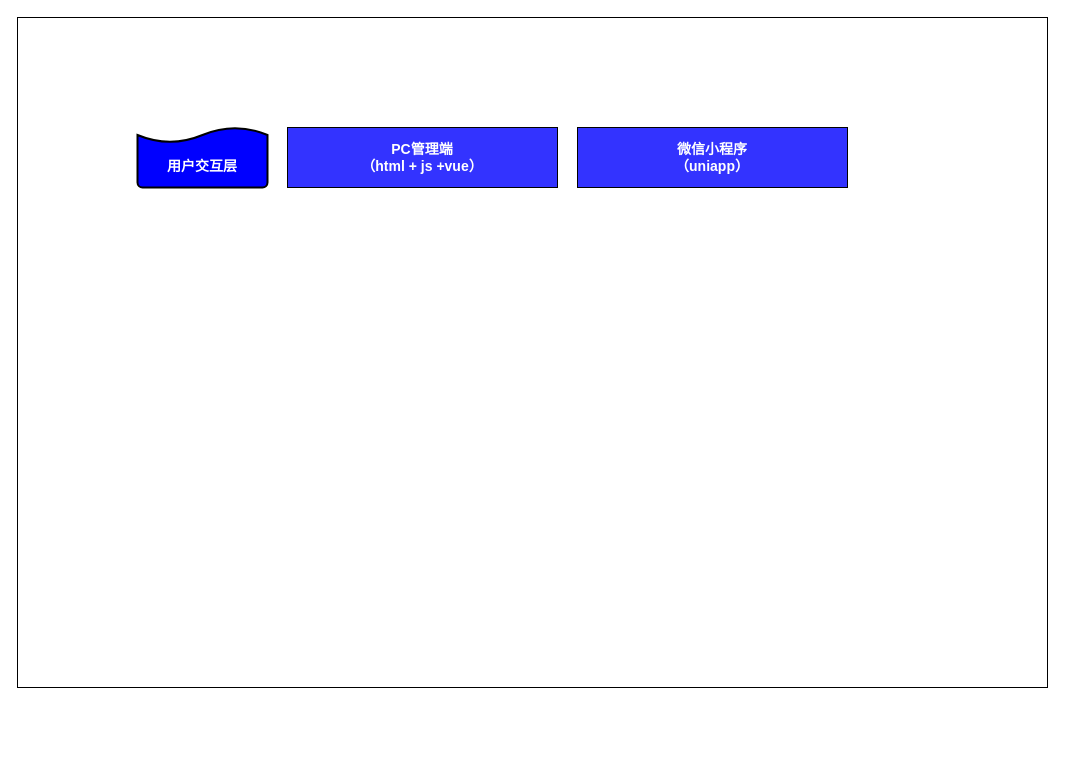
The draw.io diagram 未命名绘图.drawio in wuiiao/test, before the edit. Source tidied: cells renumbered, new cells numbered last; positions are measured from the earlier drawing's top-left corner, leaving out a move shared by most shapes. Both pictures are drawn from the tidied source at 100%, with x=0, y=0 at pixel (17, 17).
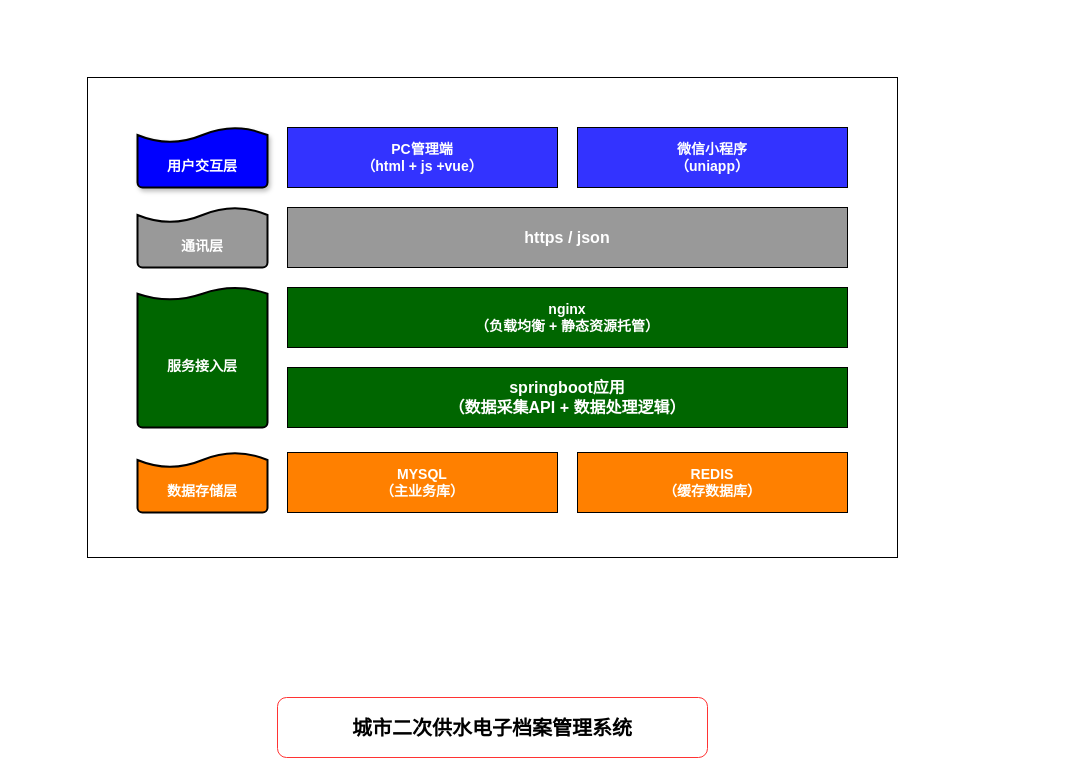
After the change.

Commit message (it also covers changes not shown here):
更新未命名绘图.drawio

Diff of the diagram source:
```diff
@@
 <mxGraphModel>
   <root>
     <mxCell id="0" />
     <mxCell id="1" parent="0" />
     <mxCell id="2" style="rounded=0;whiteSpace=wrap;html=1;" parent="1" vertex="1">
-      <mxGeometry width="1030" height="670" as="geometry" />
+      <mxGeometry x="70" y="60" width="810" height="480" as="geometry" />
     </mxCell>
-    <mxCell id="3" value="&lt;br&gt;&lt;font color=&quot;#ffffff&quot;&gt;&lt;span&gt;用户交互层&lt;/span&gt;&lt;/font&gt;" style="strokeWidth=2;html=1;shape=mxgraph.flowchart.document2;whiteSpace=wrap;size=0.25;direction=west;fillColor=light-dark(#0000FF,var(--ge-dark-color, #121212));fontStyle=1;fontSize=14;" parent="1" vertex="1">
+    <mxCell id="3" value="&lt;br&gt;&lt;font color=&quot;#ffffff&quot;&gt;&lt;span&gt;用户交互层&lt;/span&gt;&lt;/font&gt;" style="strokeWidth=2;html=1;shape=mxgraph.flowchart.document2;whiteSpace=wrap;size=0.25;direction=west;fillColor=light-dark(#0000FF,var(--ge-dark-color, #121212));fontStyle=1;fontSize=14;shadow=1;strokeColor=default;" parent="1" vertex="1">
       <mxGeometry x="120" y="110" width="130" height="60" as="geometry" />
     </mxCell>
     <mxCell id="4" value="&lt;font style=&quot;color: rgb(255, 255, 255);&quot;&gt;PC管理端&lt;/font&gt;&lt;div&gt;&lt;font style=&quot;color: rgb(255, 255, 255);&quot;&gt;（html + js +vue）&lt;/font&gt;&lt;/div&gt;" style="rounded=0;whiteSpace=wrap;html=1;fontStyle=1;fillColor=light-dark(#3333FF,#000000);fontSize=14;" parent="1" vertex="1">
       <mxGeometry x="270" y="110" width="270" height="60" as="geometry" />
     </mxCell>
     <mxCell id="5" value="&lt;font style=&quot;color: rgb(255, 255, 255);&quot;&gt;微信小程序&lt;/font&gt;&lt;div&gt;&lt;font style=&quot;color: rgb(255, 255, 255);&quot;&gt;（uniapp）&lt;/font&gt;&lt;/div&gt;" style="rounded=0;whiteSpace=wrap;html=1;fillColor=light-dark(#3333FF,#000000);fontStyle=1;fontSize=14;" parent="1" vertex="1">
       <mxGeometry x="560" y="110" width="270" height="60" as="geometry" />
     </mxCell>
+    <mxCell id="6" value="&lt;br&gt;&lt;font color=&quot;#ffffff&quot;&gt;通讯层&lt;/font&gt;" style="strokeWidth=2;html=1;shape=mxgraph.flowchart.document2;whiteSpace=wrap;size=0.25;direction=west;fillColor=light-dark(#999999,var(--ge-dark-color, #121212));fontStyle=1;fontSize=14;" parent="1" vertex="1">
+      <mxGeometry x="120" y="190" width="130" height="60" as="geometry" />
+    </mxCell>
+    <mxCell id="7" value="&lt;font color=&quot;#ffffff&quot;&gt;https / json&lt;/font&gt;" style="rounded=0;whiteSpace=wrap;html=1;fontStyle=1;fillColor=light-dark(#999999,#000000);fontSize=16;" parent="1" vertex="1">
+      <mxGeometry x="270" y="190" width="560" height="60" as="geometry" />
+    </mxCell>
+    <mxCell id="8" value="&lt;br&gt;&lt;font color=&quot;#ffffff&quot;&gt;服务接入层&lt;/font&gt;" style="strokeWidth=2;html=1;shape=mxgraph.flowchart.document2;whiteSpace=wrap;size=0.0885713123139881;direction=west;fillColor=light-dark(#006600,var(--ge-dark-color, #121212));fontStyle=1;fontSize=14;" parent="1" vertex="1">
+      <mxGeometry x="120" y="270" width="130" height="140" as="geometry" />
+    </mxCell>
+    <mxCell id="9" value="&lt;font color=&quot;#ffffff&quot;&gt;nginx&lt;/font&gt;&lt;div&gt;&lt;font color=&quot;#ffffff&quot;&gt;（&lt;/font&gt;&lt;span style=&quot;background-color: transparent;&quot;&gt;&lt;font color=&quot;#ffffff&quot;&gt;负载均衡 + 静态资源托管&lt;/font&gt;&lt;/span&gt;&lt;span style=&quot;color: rgb(255, 255, 255); background-color: transparent;&quot;&gt;）&lt;/span&gt;&lt;/div&gt;" style="rounded=0;whiteSpace=wrap;html=1;fontStyle=1;fillColor=light-dark(#006600,#000000);fontSize=14;" parent="1" vertex="1">
+      <mxGeometry x="270" y="270" width="560" height="60" as="geometry" />
+    </mxCell>
+    <mxCell id="10" value="&lt;font color=&quot;#ffffff&quot;&gt;springboot应用&lt;/font&gt;&lt;div&gt;&lt;font color=&quot;#ffffff&quot;&gt;（数据采集API + 数据处理逻辑）&lt;/font&gt;&lt;/div&gt;" style="rounded=0;whiteSpace=wrap;html=1;fontStyle=1;fillColor=light-dark(#006600,#000000);fontSize=16;" parent="1" vertex="1">
+      <mxGeometry x="270" y="350" width="560" height="60" as="geometry" />
+    </mxCell>
+    <mxCell id="11" value="&lt;br&gt;&lt;font color=&quot;#ffffff&quot;&gt;数据存储层&lt;/font&gt;" style="strokeWidth=2;html=1;shape=mxgraph.flowchart.document2;whiteSpace=wrap;size=0.25;direction=west;fillColor=light-dark(#FF8000,#000000);fontStyle=1;fontSize=14;" parent="1" vertex="1">
+      <mxGeometry x="120" y="435" width="130" height="60" as="geometry" />
+    </mxCell>
+    <mxCell id="12" value="&lt;font style=&quot;color: rgb(255, 255, 255);&quot;&gt;MYSQL&lt;/font&gt;&lt;div&gt;&lt;font style=&quot;color: rgb(255, 255, 255);&quot;&gt;（主业务库）&lt;/font&gt;&lt;/div&gt;" style="rounded=0;whiteSpace=wrap;html=1;fontStyle=1;fillColor=light-dark(#FF8000,#000000);fontSize=14;" parent="1" vertex="1">
+      <mxGeometry x="270" y="435" width="270" height="60" as="geometry" />
+    </mxCell>
+    <mxCell id="13" value="&lt;font style=&quot;color: rgb(255, 255, 255);&quot;&gt;REDIS&lt;/font&gt;&lt;div&gt;&lt;font style=&quot;color: rgb(255, 255, 255);&quot;&gt;（缓存数据库）&lt;/font&gt;&lt;/div&gt;" style="rounded=0;whiteSpace=wrap;html=1;fontStyle=1;fillColor=light-dark(#FF8000,#000000);fontSize=14;" parent="1" vertex="1">
+      <mxGeometry x="560" y="435" width="270" height="60" as="geometry" />
+    </mxCell>
+    <mxCell id="14" value="城市二次供水电子档案管理系统" style="rounded=1;whiteSpace=wrap;html=1;fontSize=20;fontStyle=1;strokeColor=light-dark(#FF3333,#FFFFFF);" parent="1" vertex="1">
+      <mxGeometry x="260" y="680" width="430" height="60" as="geometry" />
+    </mxCell>
   </root>
 </mxGraphModel>
```
